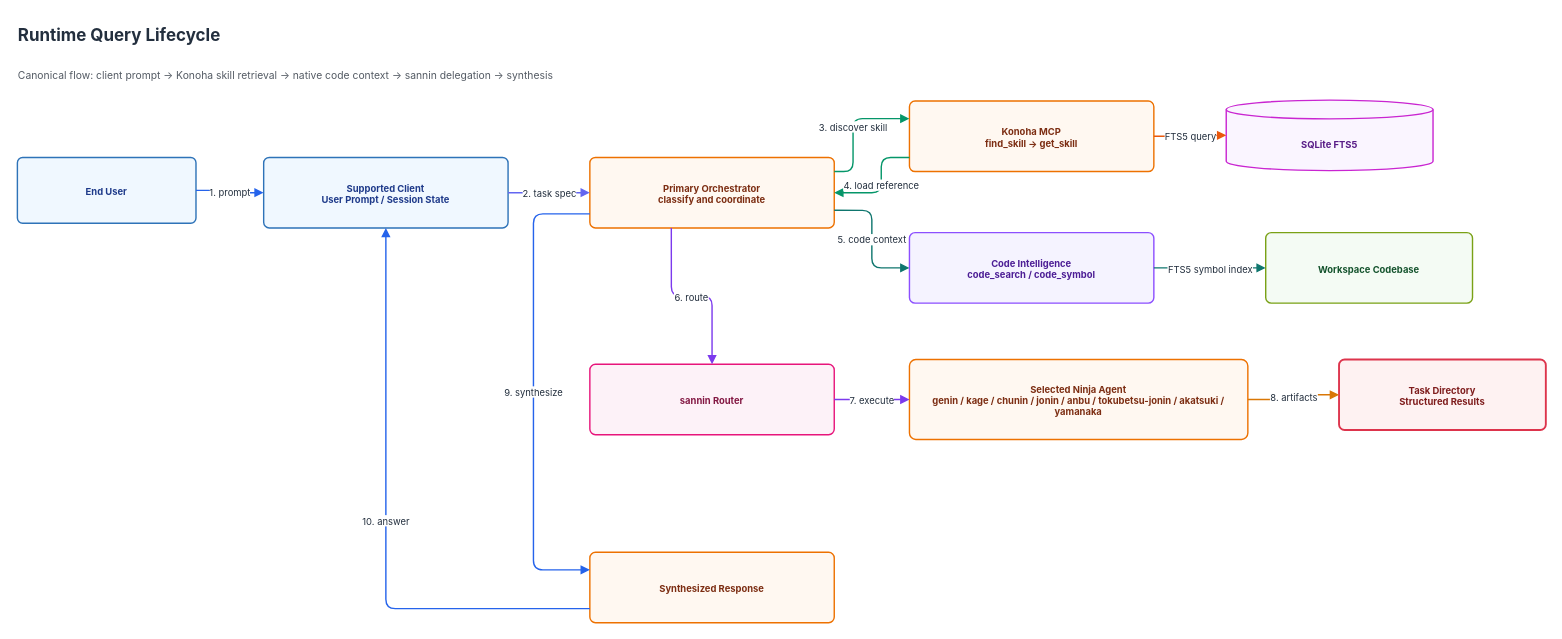
andycungkrinx91/konoha keeps this draw.io diagram as page "02 Runtime Query Lifecycle" (2 of 18) of docs/diagrams/konoha-infrastructure-architecture.drawio. Above is the earlier version. Source tidied: cells renumbered, new cells numbered last; positions are measured from the earlier drawing's top-left corner, leaving out a move shared by most shapes. Both pictures are drawn from the tidied source at 94%, with x=0, y=0 at pixel (16, 16).
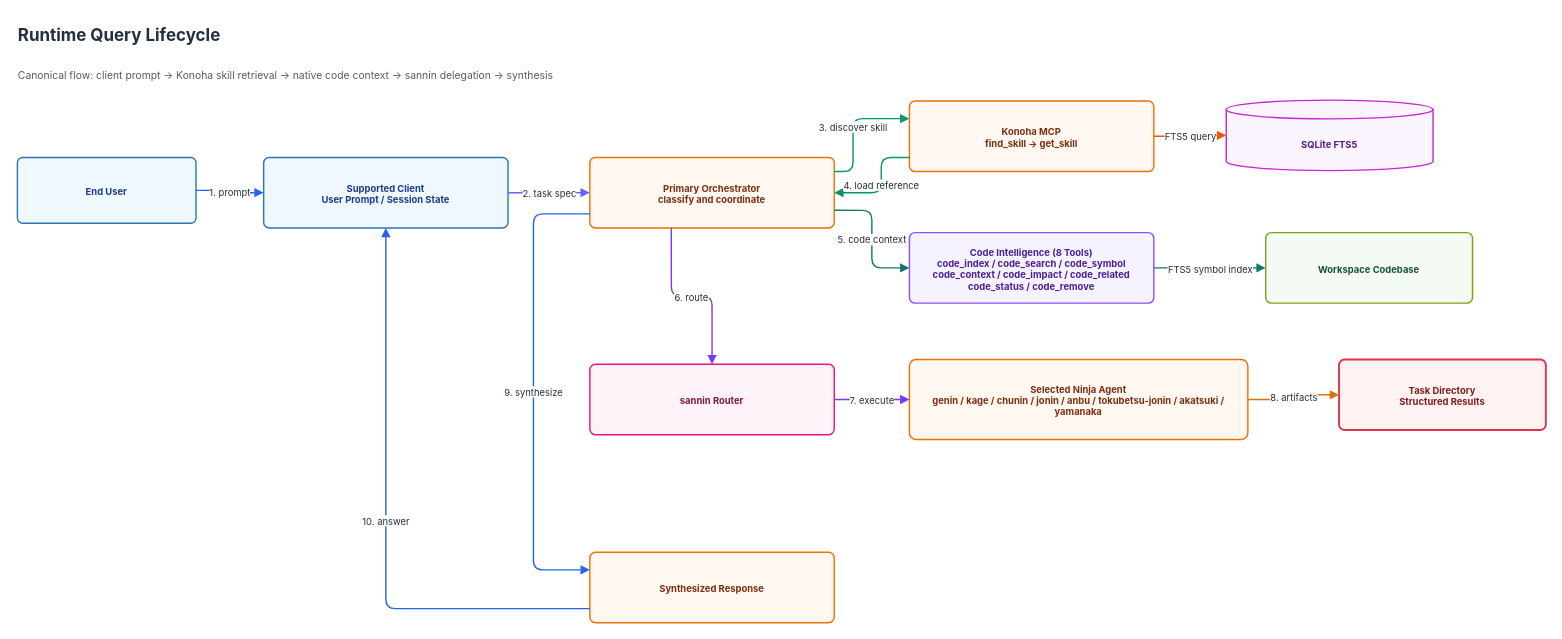
The same diagram, later.

The edit, as a diff of the source:
```diff
@@
-    <mxCell id="9" value="Code Intelligence&#10;code_search / code_symbol" style="rounded=1;arcSize=8;html=1;whiteSpace=wrap;fillColor=#F5F3FF;strokeColor=#8C4FFF;strokeWidth=1.5;fontFamily=Inter, system-ui, -apple-system;fontSize=10;fontColor=#4C1D95;fontStyle=1;shadow=0;" parent="1" vertex="1">
+    <mxCell id="9" value="Code Intelligence (8 Tools)&#10;code_index / code_search / code_symbol&#10;code_context / code_impact / code_related&#10;code_status / code_remove" style="rounded=1;arcSize=8;html=1;whiteSpace=wrap;fillColor=#F5F3FF;strokeColor=#8C4FFF;strokeWidth=1.5;fontFamily=Inter, system-ui, -apple-system;fontSize=10;fontColor=#4C1D95;fontStyle=1;shadow=0;" parent="1" vertex="1">
       <mxGeometry x="950" y="230" width="260" height="75" as="geometry" />
     </mxCell>
```
